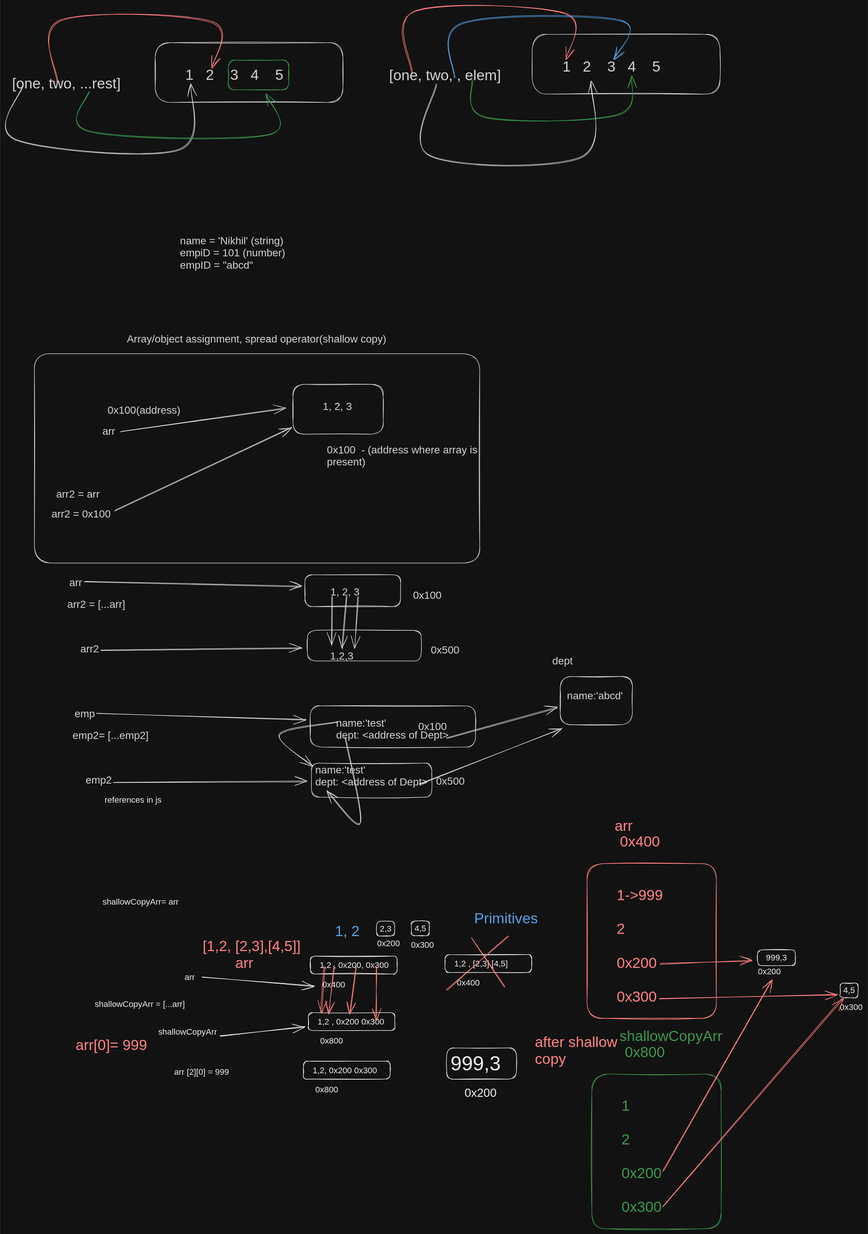
Above: notes/Day-5 rest operator, destructuring assignment, shallow, deep copy array refs.svg in nikhilsharma2407/batch-47 (Excalidraw), before the change. Source tidied: one line per element, renumbered; positions are measured from the earlier drawing's top-left corner, leaving out a move shared by most shapes.
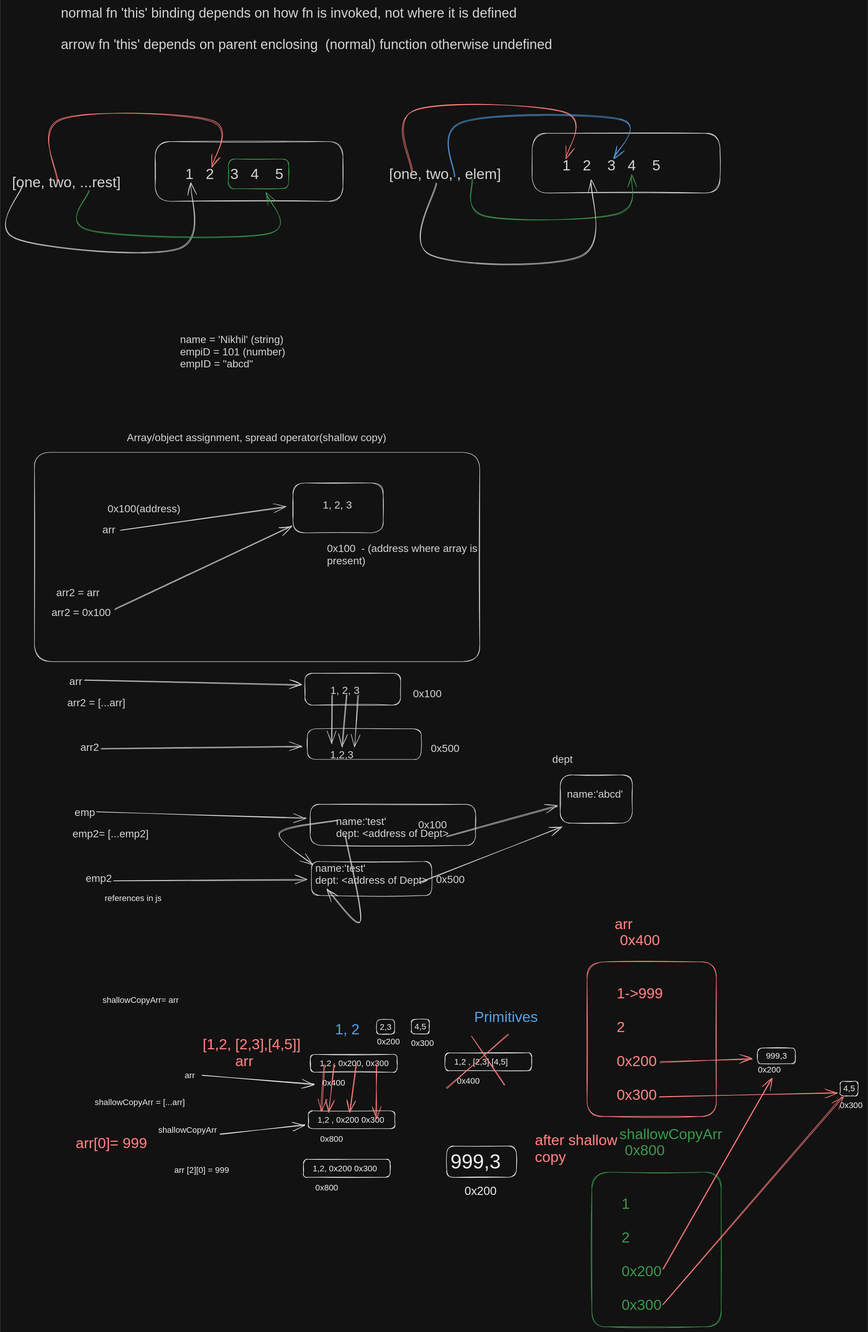
Later version of the same file.

Change to the diagram source:
```diff
@@ -114,3 +114,4 @@
 {"id": 113, "type": "arrow", "strokeColor": "#e03131", "strokeWidth": 1, "roughness": 1, "endArrowhead": "arrow", "round": true, "from": 108, "to": 29, "x": 1240, "y": 2279, "width": 343, "height": 398, "points": [[0, 0], [343, -398]]}
 {"id": 114, "type": "arrow", "strokeColor": "#e03131", "strokeWidth": 1, "roughness": 1, "endArrowhead": "arrow", "round": true, "to": 29, "x": 1234, "y": 1882, "width": 339, "height": 8, "points": [[0, 0], [339, -8]]}
 {"id": 115, "type": "text", "text": "after shallow\ncopy", "strokeColor": "#e03131", "strokeWidth": 1, "roughness": 1, "fontSize": 28, "fontFamily": 2, "x": 997, "y": 1948, "width": 157, "height": 64}
+{"id": 116, "type": "text", "text": "normal fn 'this' binding depends on how fn is invoked, not where it is defined\n\narrow fn 'this' depends on parent enclosing  (normal) function otherwise undefined\n", "strokeColor": "#1e1e1e", "backgroundColor": "#ffffff", "fillStyle": "hachure", "strokeWidth": 1, "roughness": 1, "fontSize": 25.85, "fontFamily": 2, "x": 93, "y": -201, "width": 937, "height": 119}
```
